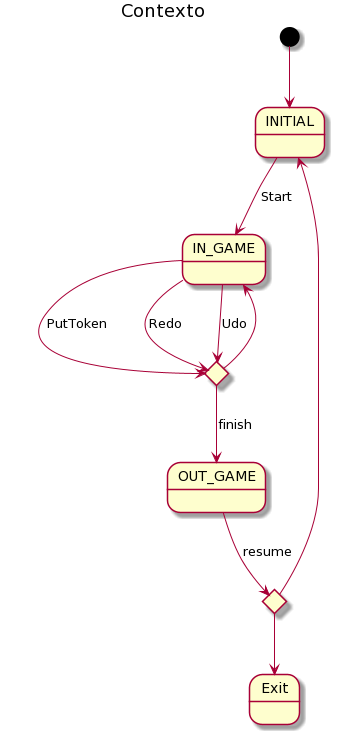
Earlier version of the PlantUML export doc/out/contexto.png (hugohg34/conecta4).
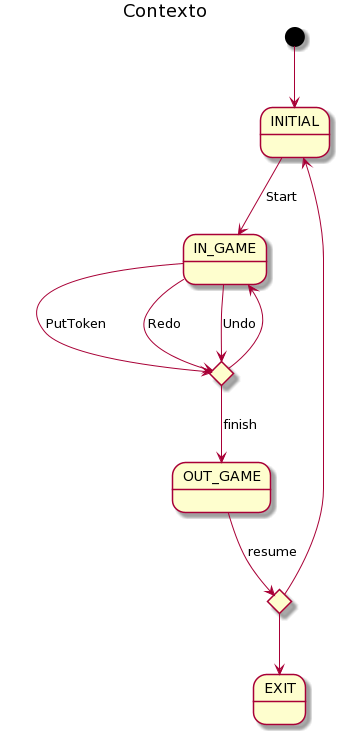
The same file after the commit.

What changed in the source:
```diff
@@ -10,11 +10,11 @@
 INITIAL --> IN_GAME : Start
 IN_GAME --> is_finish : PutToken
 IN_GAME --> is_finish : Redo
-IN_GAME --> is_finish : Udo
+IN_GAME --> is_finish : Undo
 is_finish --> IN_GAME
 
 is_finish --> OUT_GAME : finish
 OUT_GAME --> is_resume: resume
 is_resume --> INITIAL
-is_resume --> Exit
+is_resume --> EXIT
 @enduml
```
